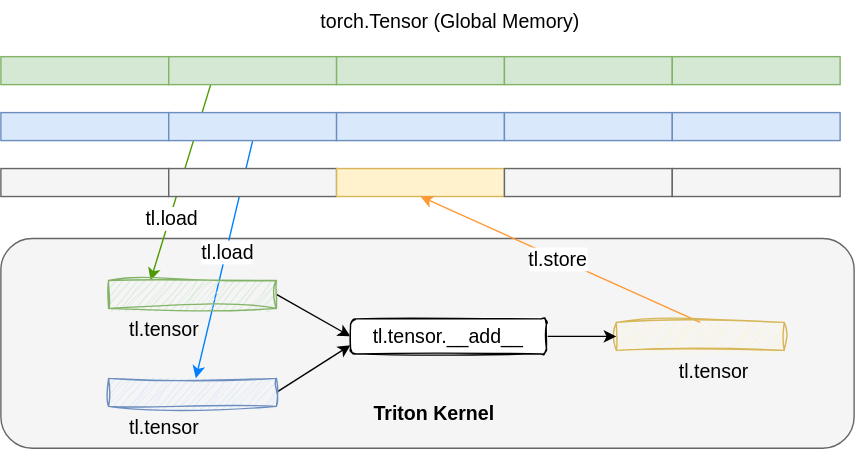
Above: triton/assets/vector-add_data_flow.drawio.svg in awmthink/pytorch-in-action (draw.io), before the change. Source tidied: cells renumbered, new cells last; positions are measured from the earlier drawing's top-left corner, leaving out a move shared by most shapes. Its diagram source:
```xml
<mxGraphModel>
  <root>
    <mxCell id="0" />
    <mxCell id="1" parent="0" />
    <mxCell id="2" style="rounded=1;whiteSpace=wrap;html=1;shadow=0;glass=0;strokeColor=#666666;fontSize=14;fillColor=#f5f5f5;fontColor=#333333;" parent="1" vertex="1">
      <mxGeometry y="170" width="610" height="150" as="geometry" />
    </mxCell>
    <mxCell id="3" style="rounded=0;whiteSpace=wrap;html=1;fillColor=#d5e8d4;strokeColor=#82b366;" parent="1" vertex="1">
      <mxGeometry y="40" width="120" height="20" as="geometry" />
    </mxCell>
    <mxCell id="4" style="edgeStyle=none;html=1;exitX=0.25;exitY=1;exitDx=0;exitDy=0;entryX=0.25;entryY=0;entryDx=0;entryDy=0;fontSize=14;strokeColor=#4D9900;" parent="1" edge="1" source="6" target="24">
      <mxGeometry relative="1" as="geometry" />
    </mxCell>
    <mxCell id="5" value="tl.load" style="edgeLabel;html=1;align=center;verticalAlign=middle;fontSize=14;" parent="4" vertex="1">
      <mxGeometry x="0.37" y="1" relative="1" as="geometry" />
    </mxCell>
    <mxCell id="6" style="rounded=0;whiteSpace=wrap;html=1;fillColor=#d5e8d4;strokeColor=#82b366;glass=0;shadow=0;" parent="1" vertex="1">
      <mxGeometry x="120" y="40" width="120" height="20" as="geometry" />
    </mxCell>
    <mxCell id="7" style="rounded=0;whiteSpace=wrap;html=1;fillColor=#d5e8d4;strokeColor=#82b366;" parent="1" vertex="1">
      <mxGeometry x="240" y="40" width="120" height="20" as="geometry" />
    </mxCell>
    <mxCell id="8" style="rounded=0;whiteSpace=wrap;html=1;fillColor=#d5e8d4;strokeColor=#82b366;" parent="1" vertex="1">
      <mxGeometry x="360" y="40" width="120" height="20" as="geometry" />
    </mxCell>
    <mxCell id="9" style="rounded=0;whiteSpace=wrap;html=1;fillColor=#d5e8d4;strokeColor=#82b366;" parent="1" vertex="1">
      <mxGeometry x="480" y="40" width="120" height="20" as="geometry" />
    </mxCell>
    <mxCell id="10" value="torch.Tensor (Global Memory)" style="text;html=1;strokeColor=none;fillColor=none;align=center;verticalAlign=middle;whiteSpace=wrap;rounded=0;fontSize=14;" parent="1" vertex="1">
      <mxGeometry x="210" width="223" height="30" as="geometry" />
    </mxCell>
    <mxCell id="11" style="rounded=0;whiteSpace=wrap;html=1;fillColor=#dae8fc;strokeColor=#6c8ebf;" parent="1" vertex="1">
      <mxGeometry y="80" width="120" height="20" as="geometry" />
    </mxCell>
    <mxCell id="12" style="edgeStyle=none;html=1;exitX=0.5;exitY=1;exitDx=0;exitDy=0;fontSize=14;strokeColor=#007FFF;" parent="1" edge="1" source="14" target="26">
      <mxGeometry relative="1" as="geometry" />
    </mxCell>
    <mxCell id="13" value="tl.load" style="edgeLabel;html=1;align=center;verticalAlign=middle;fontSize=14;" parent="12" vertex="1">
      <mxGeometry x="-0.14" y="-1" relative="1" as="geometry">
        <mxPoint y="7" as="offset" />
      </mxGeometry>
    </mxCell>
    <mxCell id="14" style="rounded=0;whiteSpace=wrap;html=1;fillColor=#dae8fc;strokeColor=#6c8ebf;" parent="1" vertex="1">
      <mxGeometry x="120" y="80" width="120" height="20" as="geometry" />
    </mxCell>
    <mxCell id="15" style="rounded=0;whiteSpace=wrap;html=1;fillColor=#dae8fc;strokeColor=#6c8ebf;" parent="1" vertex="1">
      <mxGeometry x="240" y="80" width="120" height="20" as="geometry" />
    </mxCell>
    <mxCell id="16" style="rounded=0;whiteSpace=wrap;html=1;fillColor=#dae8fc;strokeColor=#6c8ebf;" parent="1" vertex="1">
      <mxGeometry x="360" y="80" width="120" height="20" as="geometry" />
    </mxCell>
    <mxCell id="17" style="rounded=0;whiteSpace=wrap;html=1;fillColor=#dae8fc;strokeColor=#6c8ebf;" parent="1" vertex="1">
      <mxGeometry x="480" y="80" width="120" height="20" as="geometry" />
    </mxCell>
    <mxCell id="18" style="rounded=0;whiteSpace=wrap;html=1;fillColor=#f5f5f5;strokeColor=#666666;fontColor=#333333;" parent="1" vertex="1">
      <mxGeometry y="120" width="120" height="20" as="geometry" />
    </mxCell>
    <mxCell id="19" style="rounded=0;whiteSpace=wrap;html=1;fillColor=#f5f5f5;strokeColor=#666666;fontColor=#333333;" parent="1" vertex="1">
      <mxGeometry x="120" y="120" width="120" height="20" as="geometry" />
    </mxCell>
    <mxCell id="20" style="rounded=0;whiteSpace=wrap;html=1;fillColor=#fff2cc;strokeColor=#d6b656;" parent="1" vertex="1">
      <mxGeometry x="240" y="120" width="120" height="20" as="geometry" />
    </mxCell>
    <mxCell id="21" style="rounded=0;whiteSpace=wrap;html=1;fillColor=#f5f5f5;strokeColor=#666666;fontColor=#333333;" parent="1" vertex="1">
      <mxGeometry x="360" y="120" width="120" height="20" as="geometry" />
    </mxCell>
    <mxCell id="22" style="rounded=0;whiteSpace=wrap;html=1;fillColor=#f5f5f5;strokeColor=#666666;fontColor=#333333;" parent="1" vertex="1">
      <mxGeometry x="480" y="120" width="120" height="20" as="geometry" />
    </mxCell>
    <mxCell id="23" style="edgeStyle=none;html=1;exitX=1;exitY=0.5;exitDx=0;exitDy=0;entryX=0;entryY=0.5;entryDx=0;entryDy=0;strokeColor=#000000;fontSize=14;" parent="1" edge="1" source="24" target="34">
      <mxGeometry relative="1" as="geometry" />
    </mxCell>
    <mxCell id="24" style="rounded=0;whiteSpace=wrap;html=1;fillColor=#d5e8d4;strokeColor=#82b366;sketch=1;curveFitting=1;jiggle=2;" parent="1" vertex="1">
      <mxGeometry x="77" y="200" width="120" height="20" as="geometry" />
    </mxCell>
    <mxCell id="25" style="edgeStyle=none;html=1;exitX=1;exitY=0.5;exitDx=0;exitDy=0;entryX=0;entryY=0.75;entryDx=0;entryDy=0;strokeColor=#000000;fontSize=14;" parent="1" edge="1" source="26" target="34">
      <mxGeometry relative="1" as="geometry" />
    </mxCell>
    <mxCell id="26" style="rounded=0;whiteSpace=wrap;html=1;fillColor=#dae8fc;strokeColor=#6c8ebf;sketch=1;curveFitting=1;jiggle=2;" parent="1" vertex="1">
      <mxGeometry x="77" y="270" width="120" height="20" as="geometry" />
    </mxCell>
    <mxCell id="27" style="edgeStyle=none;html=1;exitX=0.5;exitY=0;exitDx=0;exitDy=0;entryX=0.5;entryY=1;entryDx=0;entryDy=0;strokeColor=#FF9933;fontSize=14;" parent="1" edge="1" source="29" target="20">
      <mxGeometry relative="1" as="geometry" />
    </mxCell>
    <mxCell id="28" value="tl.store" style="edgeLabel;html=1;align=center;verticalAlign=middle;fontSize=14;" parent="27" vertex="1">
      <mxGeometry x="0.02" relative="1" as="geometry" />
    </mxCell>
    <mxCell id="29" style="rounded=0;whiteSpace=wrap;html=1;fillColor=#fff2cc;strokeColor=#d6b656;sketch=1;curveFitting=1;jiggle=2;" parent="1" vertex="1">
      <mxGeometry x="440" y="230" width="120" height="20" as="geometry" />
    </mxCell>
    <mxCell id="30" value="tl.tensor" style="text;html=1;strokeColor=none;fillColor=none;align=center;verticalAlign=middle;whiteSpace=wrap;rounded=0;shadow=0;glass=0;sketch=1;fontSize=14;" parent="1" vertex="1">
      <mxGeometry x="87" y="220" width="60" height="30" as="geometry" />
    </mxCell>
    <mxCell id="31" value="tl.tensor" style="text;html=1;strokeColor=none;fillColor=none;align=center;verticalAlign=middle;whiteSpace=wrap;rounded=0;shadow=0;glass=0;sketch=1;fontSize=14;" parent="1" vertex="1">
      <mxGeometry x="87" y="290" width="60" height="30" as="geometry" />
    </mxCell>
    <mxCell id="32" value="tl.tensor" style="text;html=1;strokeColor=none;fillColor=none;align=center;verticalAlign=middle;whiteSpace=wrap;rounded=0;shadow=0;glass=0;sketch=1;fontSize=14;" parent="1" vertex="1">
      <mxGeometry x="480" y="250" width="60" height="30" as="geometry" />
    </mxCell>
    <mxCell id="33" style="edgeStyle=none;html=1;exitX=1;exitY=0.5;exitDx=0;exitDy=0;entryX=0;entryY=0.5;entryDx=0;entryDy=0;strokeColor=#000000;fontSize=14;" parent="1" edge="1" source="34" target="29">
      <mxGeometry relative="1" as="geometry" />
    </mxCell>
    <mxCell id="34" value="tl.tensor.__add__" style="rounded=1;whiteSpace=wrap;html=1;shadow=0;glass=0;sketch=1;fontSize=14;strokeColor=#000000;" parent="1" vertex="1">
      <mxGeometry x="250" y="227.5" width="140" height="25" as="geometry" />
    </mxCell>
    <mxCell id="35" value="&lt;b&gt;Triton Kernel&lt;/b&gt;" style="text;html=1;strokeColor=none;fillColor=none;align=center;verticalAlign=middle;whiteSpace=wrap;rounded=0;shadow=0;glass=0;sketch=0;fontSize=14;" parent="1" vertex="1">
      <mxGeometry x="250" y="280" width="120" height="30" as="geometry" />
    </mxCell>
  </root>
</mxGraphModel>
```
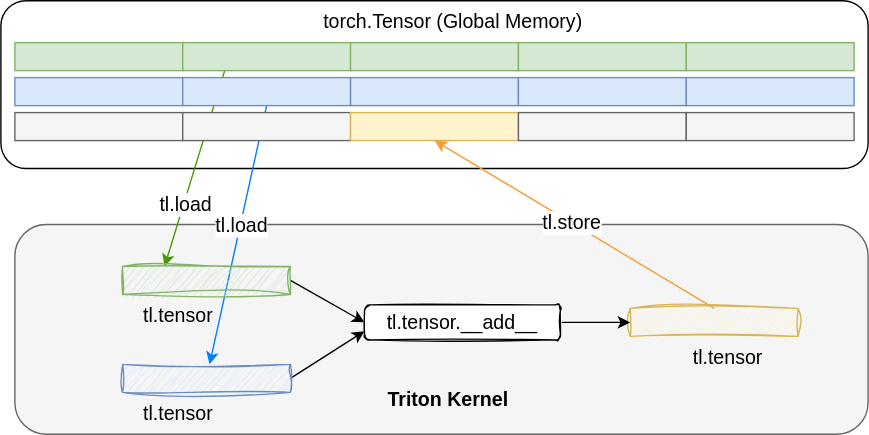
The same diagram one commit later.

Change to the diagram source:
```diff
@@ -2,6 +2,9 @@
   <root>
     <mxCell id="0" />
     <mxCell id="1" parent="0" />
+    <mxCell id="36" style="rounded=1;whiteSpace=wrap;html=1;" parent="1" vertex="1">
+      <mxGeometry x="-10" y="10" width="620" height="120" as="geometry" />
+    </mxCell>
     <mxCell id="2" style="rounded=1;whiteSpace=wrap;html=1;shadow=0;glass=0;strokeColor=#666666;fontSize=14;fillColor=#f5f5f5;fontColor=#333333;" parent="1" vertex="1">
       <mxGeometry y="170" width="610" height="150" as="geometry" />
     </mxCell>
@@ -27,10 +30,10 @@
       <mxGeometry x="480" y="40" width="120" height="20" as="geometry" />
     </mxCell>
     <mxCell id="10" value="torch.Tensor (Global Memory)" style="text;html=1;strokeColor=none;fillColor=none;align=center;verticalAlign=middle;whiteSpace=wrap;rounded=0;fontSize=14;" parent="1" vertex="1">
-      <mxGeometry x="210" width="223" height="30" as="geometry" />
+      <mxGeometry x="202" y="10" width="223" height="30" as="geometry" />
     </mxCell>
     <mxCell id="11" style="rounded=0;whiteSpace=wrap;html=1;fillColor=#dae8fc;strokeColor=#6c8ebf;" parent="1" vertex="1">
-      <mxGeometry y="80" width="120" height="20" as="geometry" />
+      <mxGeometry y="65" width="120" height="20" as="geometry" />
     </mxCell>
     <mxCell id="12" style="edgeStyle=none;html=1;exitX=0.5;exitY=1;exitDx=0;exitDy=0;fontSize=14;strokeColor=#007FFF;" parent="1" edge="1" source="14" target="26">
       <mxGeometry relative="1" as="geometry" />
@@ -41,31 +44,31 @@
       </mxGeometry>
     </mxCell>
     <mxCell id="14" style="rounded=0;whiteSpace=wrap;html=1;fillColor=#dae8fc;strokeColor=#6c8ebf;" parent="1" vertex="1">
-      <mxGeometry x="120" y="80" width="120" height="20" as="geometry" />
+      <mxGeometry x="120" y="65" width="120" height="20" as="geometry" />
     </mxCell>
     <mxCell id="15" style="rounded=0;whiteSpace=wrap;html=1;fillColor=#dae8fc;strokeColor=#6c8ebf;" parent="1" vertex="1">
-      <mxGeometry x="240" y="80" width="120" height="20" as="geometry" />
+      <mxGeometry x="240" y="65" width="120" height="20" as="geometry" />
     </mxCell>
     <mxCell id="16" style="rounded=0;whiteSpace=wrap;html=1;fillColor=#dae8fc;strokeColor=#6c8ebf;" parent="1" vertex="1">
-      <mxGeometry x="360" y="80" width="120" height="20" as="geometry" />
+      <mxGeometry x="360" y="65" width="120" height="20" as="geometry" />
     </mxCell>
     <mxCell id="17" style="rounded=0;whiteSpace=wrap;html=1;fillColor=#dae8fc;strokeColor=#6c8ebf;" parent="1" vertex="1">
-      <mxGeometry x="480" y="80" width="120" height="20" as="geometry" />
+      <mxGeometry x="480" y="65" width="120" height="20" as="geometry" />
     </mxCell>
     <mxCell id="18" style="rounded=0;whiteSpace=wrap;html=1;fillColor=#f5f5f5;strokeColor=#666666;fontColor=#333333;" parent="1" vertex="1">
-      <mxGeometry y="120" width="120" height="20" as="geometry" />
+      <mxGeometry y="90" width="120" height="20" as="geometry" />
     </mxCell>
     <mxCell id="19" style="rounded=0;whiteSpace=wrap;html=1;fillColor=#f5f5f5;strokeColor=#666666;fontColor=#333333;" parent="1" vertex="1">
-      <mxGeometry x="120" y="120" width="120" height="20" as="geometry" />
+      <mxGeometry x="120" y="90" width="120" height="20" as="geometry" />
     </mxCell>
     <mxCell id="20" style="rounded=0;whiteSpace=wrap;html=1;fillColor=#fff2cc;strokeColor=#d6b656;" parent="1" vertex="1">
-      <mxGeometry x="240" y="120" width="120" height="20" as="geometry" />
+      <mxGeometry x="240" y="90" width="120" height="20" as="geometry" />
     </mxCell>
     <mxCell id="21" style="rounded=0;whiteSpace=wrap;html=1;fillColor=#f5f5f5;strokeColor=#666666;fontColor=#333333;" parent="1" vertex="1">
-      <mxGeometry x="360" y="120" width="120" height="20" as="geometry" />
+      <mxGeometry x="360" y="90" width="120" height="20" as="geometry" />
     </mxCell>
     <mxCell id="22" style="rounded=0;whiteSpace=wrap;html=1;fillColor=#f5f5f5;strokeColor=#666666;fontColor=#333333;" parent="1" vertex="1">
-      <mxGeometry x="480" y="120" width="120" height="20" as="geometry" />
+      <mxGeometry x="480" y="90" width="120" height="20" as="geometry" />
     </mxCell>
     <mxCell id="23" style="edgeStyle=none;html=1;exitX=1;exitY=0.5;exitDx=0;exitDy=0;entryX=0;entryY=0.5;entryDx=0;entryDy=0;strokeColor=#000000;fontSize=14;" parent="1" edge="1" source="24" target="34">
       <mxGeometry relative="1" as="geometry" />
```
